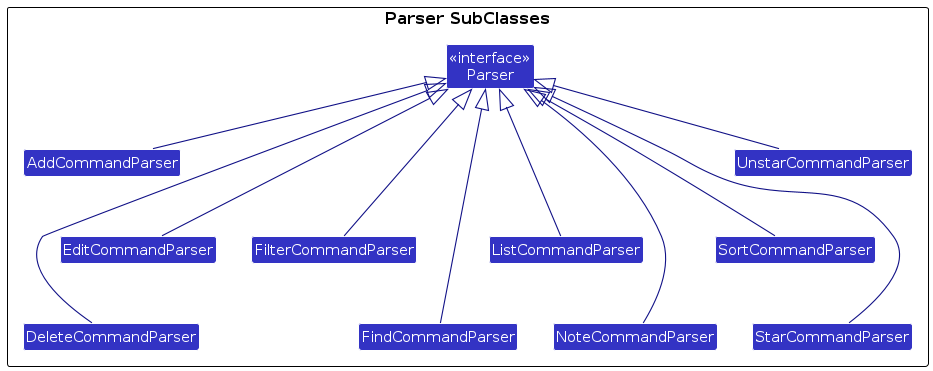
Earlier version of the PlantUML export diagrams/ParserSubClasses.png (AY2425S1-CS2103T-T10-1/tp). Its source is kept beside it as diagrams/ParserSubClasses.puml.
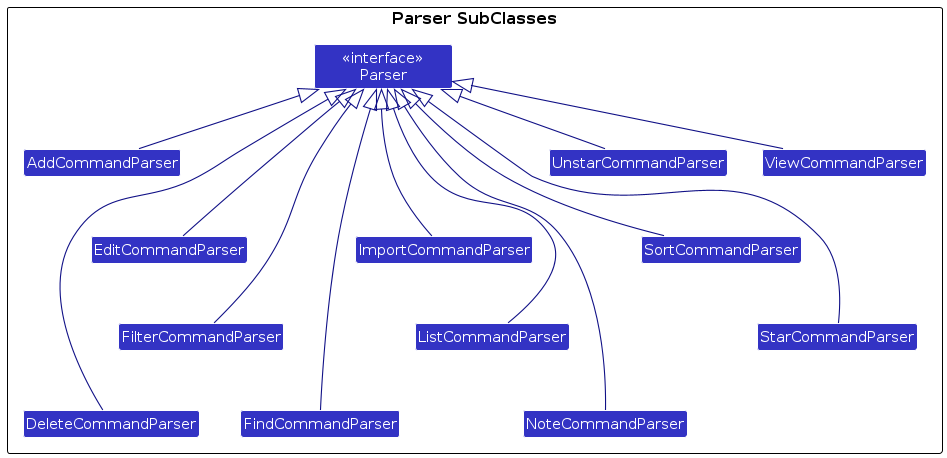
After the change.

Diff of the diagram source:
```diff
@@ -4,30 +4,37 @@
 skinparam arrowColor LOGIC_COLOR_T4
 skinparam classBackgroundColor LOGIC_COLOR
 
+skinparam class {
+    width 400
+}
 package "Parser SubClasses"{
 
-Class "<<interface>>\nParser" as Parser
+Class "     <<interface>>     \n   Parser   " as Parser
 Class AddCommandParser
 Class DeleteCommandParser
 Class EditCommandParser
 Class FilterCommandParser
 Class FindCommandParser
+Class ImportCommandParser
 Class ListCommandParser
 Class NoteCommandParser
 Class SortCommandParser
 Class StarCommandParser
 Class UnstarCommandParser
+Class ViewCommandParser
 
 }
 AddCommandParser -up-|> Parser
-DeleteCommandParser -up---|> Parser
+DeleteCommandParser -up----|> Parser
 EditCommandParser -up--|> Parser
-FilterCommandParser -up--|> Parser
-FindCommandParser -up---|> Parser
-ListCommandParser -up--|> Parser
-NoteCommandParser -up---|> Parser
+FilterCommandParser -up---|> Parser
+FindCommandParser -up----|> Parser
+ImportCommandParser -up--|> Parser
+ListCommandParser -up---|> Parser
+NoteCommandParser -up----|> Parser
 SortCommandParser -up--|> Parser
 StarCommandParser -up---|> Parser
 UnstarCommandParser -up-|> Parser
+ViewCommandParser -up-|> Parser
 
 @enduml
```
